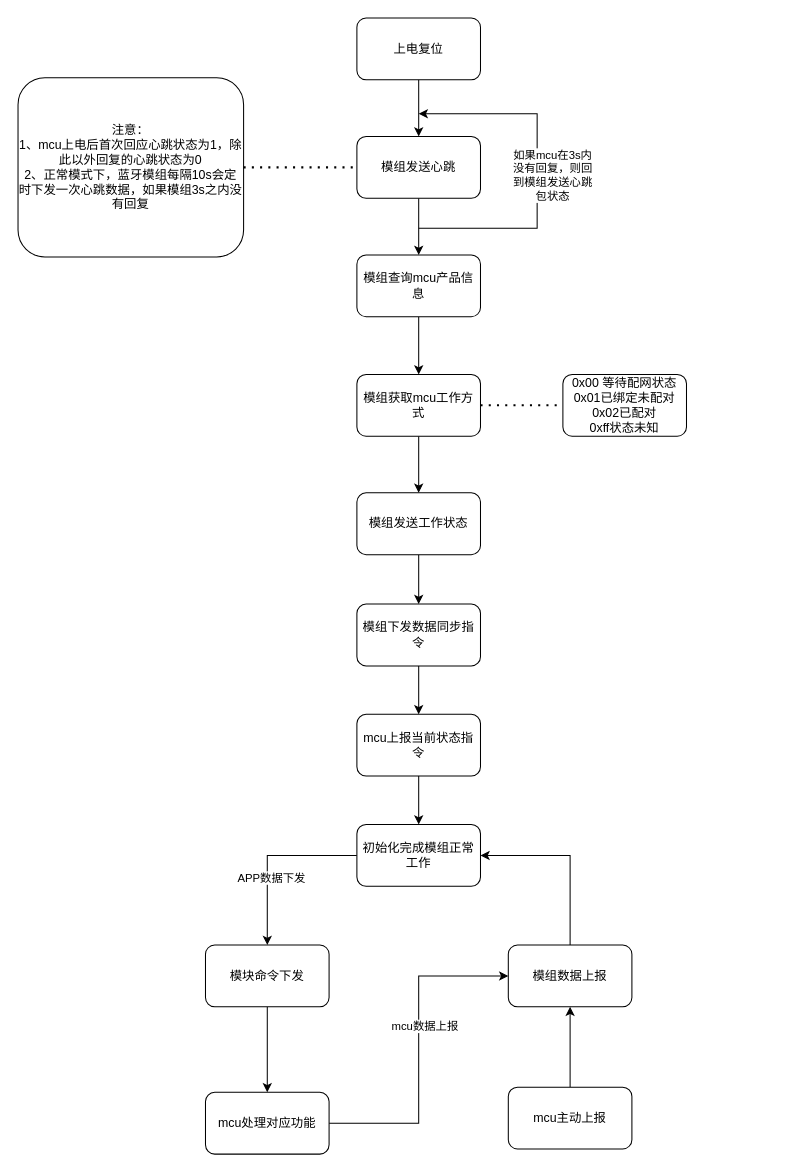
Before: ble mcu sdk.drawio in JeffYec/Jeff, a draw.io diagram. Source tidied: cells renumbered, new cells numbered last; positions are measured from the earlier drawing's top-left corner, leaving out a move shared by most shapes. Both pictures are drawn from the tidied source at 103%, with x=0, y=0 at pixel (18, 18).
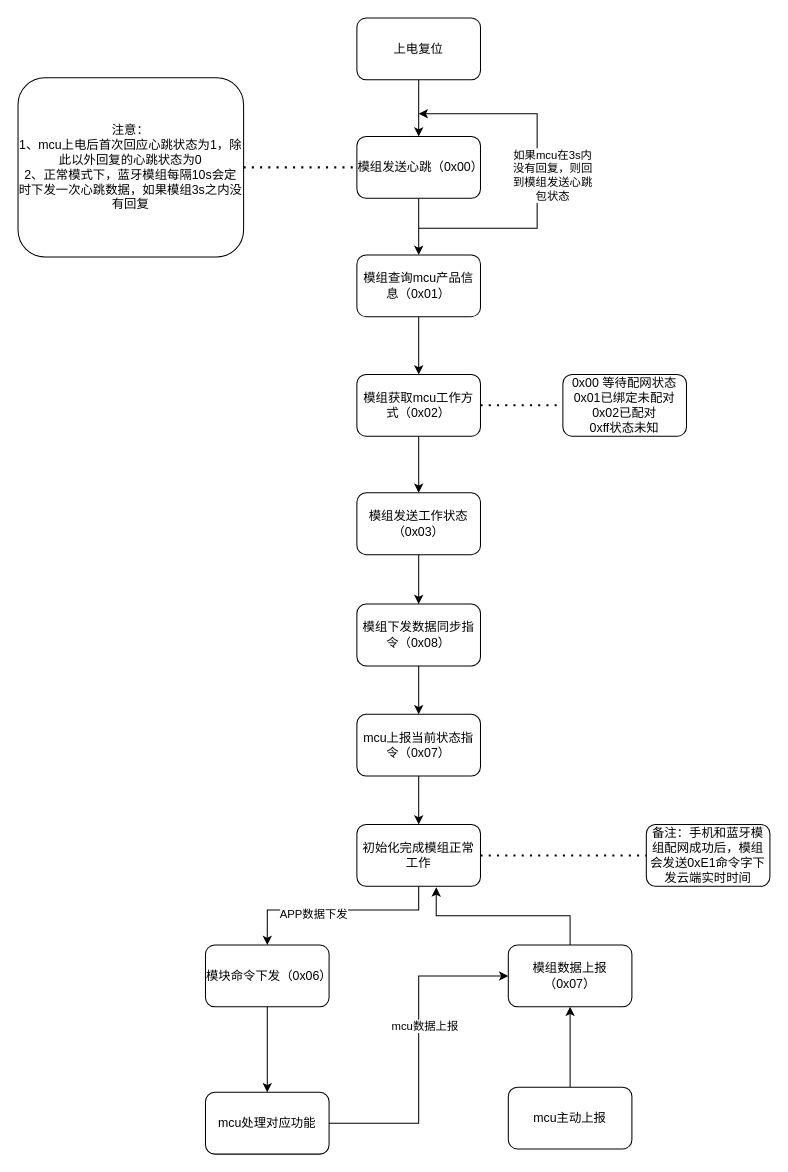
After the change.

The change refers to these unchanged cells:
```xml
<mxCell id="18" value="初始化完成模组正常工作" style="rounded=1;whiteSpace=wrap;html=1;" parent="1" vertex="1">
  <mxGeometry x="329" y="783" width="120" height="60" as="geometry" />
</mxCell>
```

Change to the diagram source:
```diff
@@
-    <mxCell id="5" value="模组发送心跳" style="rounded=1;whiteSpace=wrap;html=1;" parent="1" vertex="1">
+    <mxCell id="5" value="模组发送心跳（0x00）" style="rounded=1;whiteSpace=wrap;html=1;" parent="1" vertex="1">
       <mxGeometry x="329" y="115" width="120" height="60" as="geometry" />
     </mxCell>
@@
-    <mxCell id="7" value="模组查询mcu产品信息" style="rounded=1;whiteSpace=wrap;html=1;" parent="1" vertex="1">
+    <mxCell id="7" value="模组查询mcu产品信息（0x01）" style="rounded=1;whiteSpace=wrap;html=1;" parent="1" vertex="1">
       <mxGeometry x="329" y="230" width="120" height="60" as="geometry" />
     </mxCell>
@@
-    <mxCell id="9" value="模组获取mcu工作方式" style="rounded=1;whiteSpace=wrap;html=1;" parent="1" vertex="1">
+    <mxCell id="9" value="模组获取mcu工作方式（0x02）" style="rounded=1;whiteSpace=wrap;html=1;" parent="1" vertex="1">
       <mxGeometry x="329" y="346" width="120" height="60" as="geometry" />
     </mxCell>
@@
-    <mxCell id="11" value="模组发送工作状态" style="rounded=1;whiteSpace=wrap;html=1;" parent="1" vertex="1">
+    <mxCell id="11" value="模组发送工作状态（0x03）" style="rounded=1;whiteSpace=wrap;html=1;" parent="1" vertex="1">
       <mxGeometry x="329" y="461" width="120" height="60" as="geometry" />
     </mxCell>
@@
-    <mxCell id="13" value="模组下发数据同步指令" style="rounded=1;whiteSpace=wrap;html=1;" parent="1" vertex="1">
+    <mxCell id="13" value="模组下发数据同步指令（0x08）" style="rounded=1;whiteSpace=wrap;html=1;" parent="1" vertex="1">
       <mxGeometry x="329" y="569" width="120" height="60" as="geometry" />
     </mxCell>
@@
-    <mxCell id="15" value="mcu上报当前状态指令" style="rounded=1;whiteSpace=wrap;html=1;" parent="1" vertex="1">
+    <mxCell id="15" value="mcu上报当前状态指令（0x07）" style="rounded=1;whiteSpace=wrap;html=1;" parent="1" vertex="1">
       <mxGeometry x="329" y="676" width="120" height="60" as="geometry" />
     </mxCell>
     <mxCell id="16" style="edgeStyle=orthogonalEdgeStyle;rounded=0;jettySize=auto;html=1;entryX=0.5;entryY=0;entryDx=0;entryDy=0;" parent="1" edge="1" source="18" target="20">
-      <mxGeometry relative="1" as="geometry" />
+      <mxGeometry relative="1" as="geometry">
+        <Array as="points">
+          <mxPoint x="389" y="866" />
+          <mxPoint x="242" y="866" />
+        </Array>
+      </mxGeometry>
     </mxCell>
@@
-    <mxCell id="20" value="模块命令下发" style="rounded=1;whiteSpace=wrap;html=1;" parent="1" vertex="1">
+    <mxCell id="20" value="模块命令下发（0x06）" style="rounded=1;whiteSpace=wrap;html=1;" parent="1" vertex="1">
       <mxGeometry x="182" y="900" width="120" height="60" as="geometry" />
     </mxCell>
@@
-    <mxCell id="24" style="edgeStyle=orthogonalEdgeStyle;rounded=0;jettySize=auto;html=1;entryX=1;entryY=0.5;entryDx=0;entryDy=0;" parent="1" edge="1" source="25" target="18">
-      <mxGeometry relative="1" as="geometry">
-        <Array as="points">
-          <mxPoint x="536" y="813" />
-        </Array>
-      </mxGeometry>
+    <mxCell id="24" style="edgeStyle=orthogonalEdgeStyle;rounded=0;jettySize=auto;html=1;exitX=0.5;exitY=0;exitDx=0;exitDy=0;entryX=0.642;entryY=1.017;entryDx=0;entryDy=0;entryPerimeter=0;" parent="1" edge="1" source="25" target="18">
+      <mxGeometry relative="1" as="geometry" />
     </mxCell>
-    <mxCell id="25" value="模组数据上报" style="rounded=1;whiteSpace=wrap;html=1;" parent="1" vertex="1">
+    <mxCell id="25" value="模组数据上报&lt;br&gt;（0x07）" style="rounded=1;whiteSpace=wrap;html=1;" parent="1" vertex="1">
       <mxGeometry x="476" y="900" width="120" height="60" as="geometry" />
     </mxCell>
@@
+    <mxCell id="34" value="备注：手机和蓝牙模组配网成功后，模组会发送0xE1命令字下发云端实时时间" style="rounded=1;whiteSpace=wrap;html=1;" parent="1" vertex="1">
+      <mxGeometry x="610" y="783" width="120" height="60" as="geometry" />
+    </mxCell>
+    <mxCell id="35" style="endArrow=none;dashed=1;html=1;dashPattern=1 3;strokeWidth=2;rounded=0;exitX=1;exitY=0.5;exitDx=0;exitDy=0;entryX=0;entryY=0.5;entryDx=0;entryDy=0;" parent="1" edge="1" source="18" target="34">
+      <mxGeometry relative="1" as="geometry" />
+    </mxCell>
```
